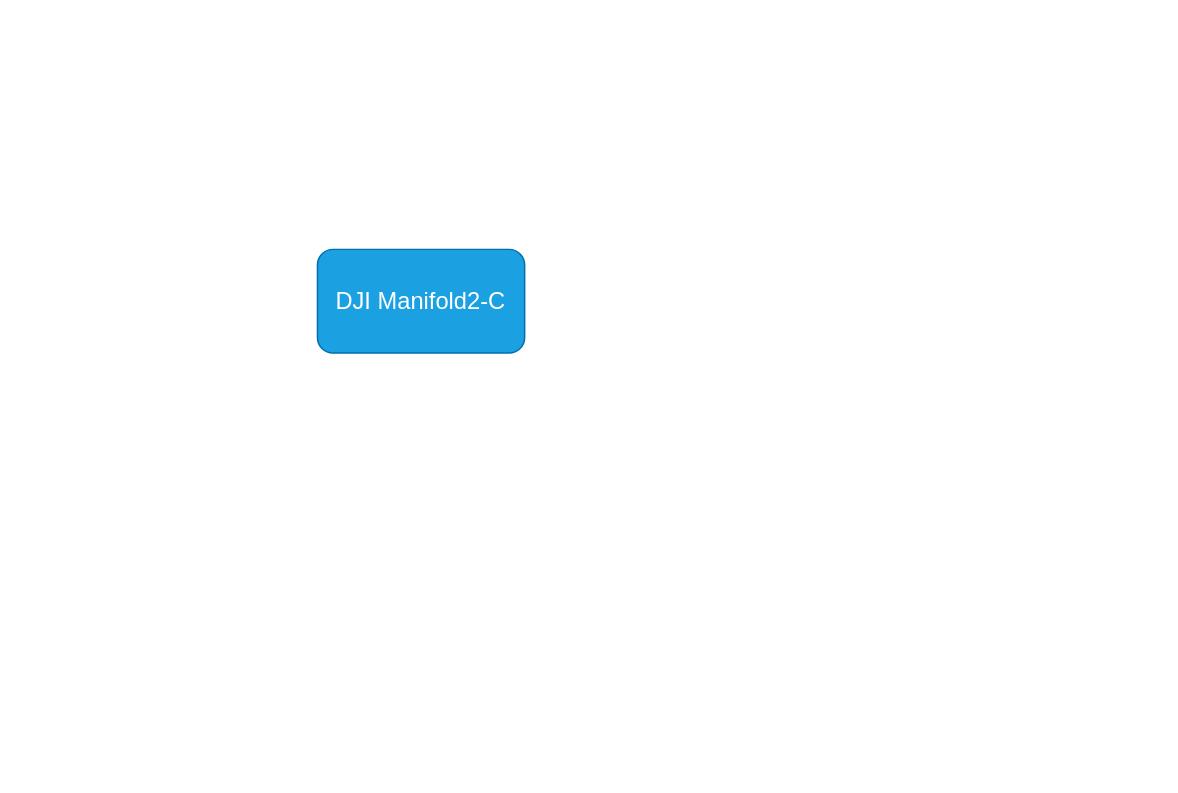
Before: Untitled Diagram.drawio in Dem-phi/Everlasting-HA.github.io, a draw.io diagram. Source tidied: cells renumbered, new cells numbered last; positions are measured from the earlier drawing's top-left corner, leaving out a move shared by most shapes. Both pictures are drawn from the tidied source at 148%, with x=0, y=0 at pixel (317, 249).
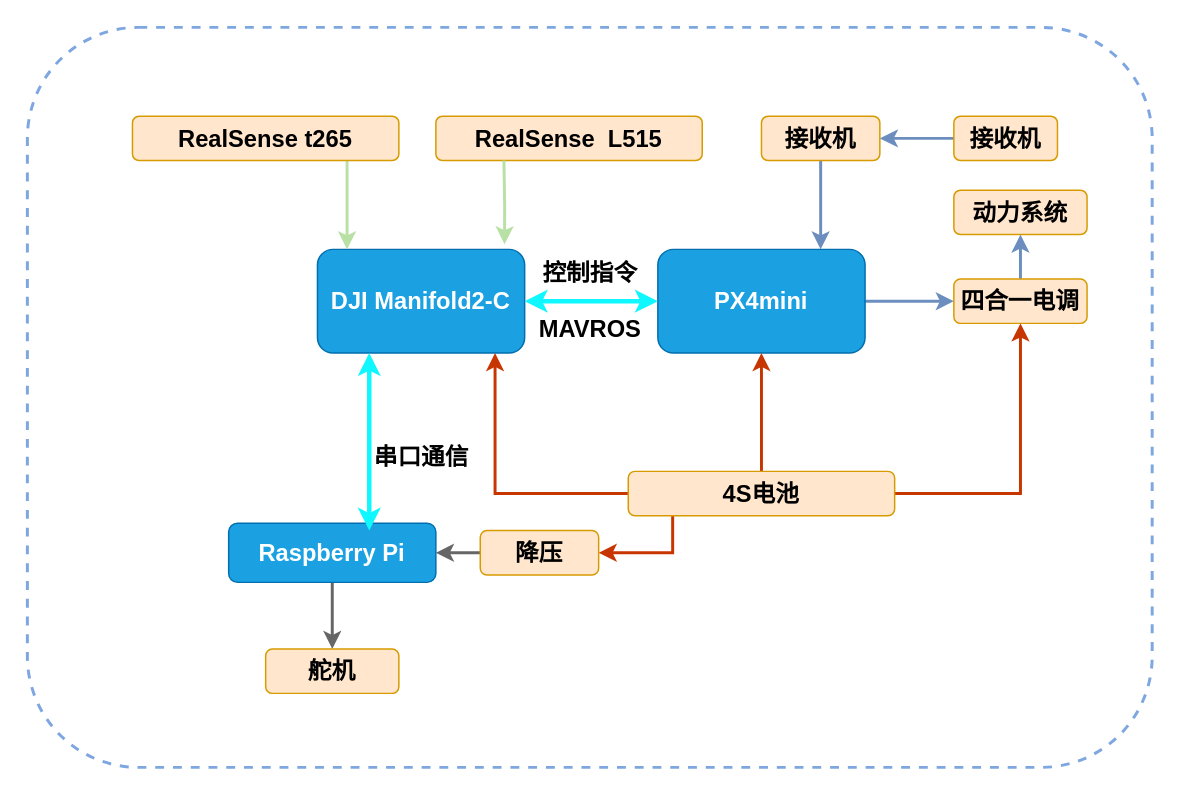
The same page after the edit.

Change to the diagram source:
```diff
@@
+    <mxCell id="3" style="rounded=1;whiteSpace=wrap;html=1;fontSize=16;fontColor=#FFFFFF;fillColor=none;gradientColor=#ffffff;dashed=1;strokeWidth=2;strokeColor=#7EA6E0;" parent="1" vertex="1">
+      <mxGeometry x="-196" y="-150" width="760" height="500" as="geometry" />
+    </mxCell>
-    <mxCell id="2" value="DJI Manifold2-C" style="rounded=1;whiteSpace=wrap;html=1;fillColor=#1ba1e2;strokeColor=#006EAF;horizontal=1;fontSize=16;fontColor=#ffffff;" parent="1" vertex="1">
+    <mxCell id="2" value="DJI Manifold2-C" style="rounded=1;whiteSpace=wrap;html=1;fillColor=#1ba1e2;strokeColor=#006EAF;horizontal=1;fontSize=16;fontColor=#ffffff;fontStyle=1;" parent="1" vertex="1">
       <mxGeometry width="140" height="70" as="geometry" />
     </mxCell>
+    <mxCell id="4" style="edgeStyle=orthogonalEdgeStyle;rounded=0;jettySize=auto;html=1;fontSize=16;fontColor=#FFFFFF;strokeColor=#B9E0A5;strokeWidth=2;" parent="1" edge="1" source="5">
+      <mxGeometry relative="1" as="geometry">
+        <mxPoint x="20" as="targetPoint" />
+        <Array as="points">
+          <mxPoint x="20" />
+        </Array>
+      </mxGeometry>
+    </mxCell>
+    <mxCell id="5" value="&lt;font color=&quot;#000000&quot;&gt;RealSense t265&lt;/font&gt;" style="rounded=1;whiteSpace=wrap;html=1;fontSize=16;fillColor=#ffe6cc;strokeColor=#d79b00;fontStyle=1;" parent="1" vertex="1">
+      <mxGeometry x="-125" y="-90" width="180" height="30" as="geometry" />
+    </mxCell>
+    <mxCell id="6" style="edgeStyle=orthogonalEdgeStyle;rounded=0;jettySize=auto;html=1;strokeWidth=2;fillColor=#dae8fc;strokeColor=#6c8ebf;" parent="1" edge="1" source="7" target="9">
+      <mxGeometry relative="1" as="geometry">
+        <Array as="points">
+          <mxPoint x="340" y="-10" />
+          <mxPoint x="340" y="-10" />
+        </Array>
+      </mxGeometry>
+    </mxCell>
+    <mxCell id="7" value="&lt;font color=&quot;#000000&quot;&gt;接收机&lt;/font&gt;" style="rounded=1;whiteSpace=wrap;html=1;fontSize=16;fillColor=#ffe6cc;strokeColor=#d79b00;fontStyle=1;" parent="1" vertex="1">
+      <mxGeometry x="300" y="-90" width="80" height="30" as="geometry" />
+    </mxCell>
+    <mxCell id="8" style="edgeStyle=orthogonalEdgeStyle;rounded=0;jettySize=auto;html=1;strokeWidth=2;entryX=0;entryY=0.5;entryDx=0;entryDy=0;fillColor=#dae8fc;strokeColor=#6c8ebf;" parent="1" edge="1" source="9" target="15">
+      <mxGeometry relative="1" as="geometry" />
+    </mxCell>
+    <mxCell id="9" value="PX4mini" style="rounded=1;whiteSpace=wrap;html=1;fillColor=#1ba1e2;strokeColor=#006EAF;horizontal=1;fontSize=16;fontColor=#ffffff;fontStyle=1;" parent="1" vertex="1">
+      <mxGeometry x="230" width="140" height="70" as="geometry" />
+    </mxCell>
+    <mxCell id="10" style="endArrow=classic;startArrow=classic;html=1;rounded=0;fontSize=16;fontColor=#000000;strokeColor=#0FF7FF;entryX=0;entryY=0.5;entryDx=0;entryDy=0;exitX=1;exitY=0.5;exitDx=0;exitDy=0;spacing=4;strokeWidth=3;" parent="1" edge="1" source="2" target="9">
+      <mxGeometry relative="1" as="geometry" />
+    </mxCell>
+    <mxCell id="11" value="控制指令&lt;br&gt;&lt;br&gt;MAVROS" style="text;html=1;align=center;verticalAlign=middle;fillColor=none;strokeColor=none;rounded=0;dashed=1;fontSize=16;fontColor=#000000;fontStyle=1;" parent="1" vertex="1">
+      <mxGeometry x="144" y="5" width="80" height="60" as="geometry" />
+    </mxCell>
+    <mxCell id="12" style="edgeStyle=orthogonalEdgeStyle;rounded=0;jettySize=auto;html=1;fillColor=#dae8fc;strokeColor=#6c8ebf;strokeWidth=2;" parent="1" edge="1" source="13" target="7">
+      <mxGeometry relative="1" as="geometry" />
+    </mxCell>
+    <mxCell id="13" value="&lt;font color=&quot;#000000&quot;&gt;接收机&lt;/font&gt;" style="rounded=1;whiteSpace=wrap;html=1;fontSize=16;fillColor=#ffe6cc;strokeColor=#d79b00;fontStyle=1;" parent="1" vertex="1">
+      <mxGeometry x="430" y="-90" width="70" height="30" as="geometry" />
+    </mxCell>
+    <mxCell id="14" style="edgeStyle=orthogonalEdgeStyle;rounded=0;jettySize=auto;html=1;strokeWidth=2;fillColor=#dae8fc;strokeColor=#6c8ebf;" parent="1" edge="1" source="15" target="16">
+      <mxGeometry relative="1" as="geometry" />
+    </mxCell>
+    <mxCell id="15" value="&lt;font color=&quot;#000000&quot;&gt;四合一电调&lt;/font&gt;" style="rounded=1;whiteSpace=wrap;html=1;fontSize=16;fillColor=#ffe6cc;strokeColor=#d79b00;fontStyle=1;" parent="1" vertex="1">
+      <mxGeometry x="430" y="20" width="90" height="30" as="geometry" />
+    </mxCell>
+    <mxCell id="16" value="&lt;font color=&quot;#000000&quot;&gt;动力系统&lt;br&gt;&lt;/font&gt;" style="rounded=1;whiteSpace=wrap;html=1;fontSize=16;fillColor=#ffe6cc;strokeColor=#d79b00;fontStyle=1;" parent="1" vertex="1">
+      <mxGeometry x="430" y="-40" width="90" height="30" as="geometry" />
+    </mxCell>
+    <mxCell id="17" style="edgeStyle=orthogonalEdgeStyle;rounded=0;jettySize=auto;html=1;strokeWidth=2;entryX=0.5;entryY=1;entryDx=0;entryDy=0;fillColor=#fa6800;strokeColor=#C73500;" parent="1" edge="1" source="21" target="9">
+      <mxGeometry relative="1" as="geometry" />
+    </mxCell>
+    <mxCell id="18" style="edgeStyle=orthogonalEdgeStyle;rounded=0;jettySize=auto;html=1;strokeWidth=2;entryX=0.5;entryY=1;entryDx=0;entryDy=0;fillColor=#fa6800;strokeColor=#C73500;" parent="1" edge="1" source="21" target="15">
+      <mxGeometry relative="1" as="geometry" />
+    </mxCell>
+    <mxCell id="19" style="edgeStyle=orthogonalEdgeStyle;rounded=0;jettySize=auto;html=1;strokeWidth=2;fillColor=#fa6800;strokeColor=#C73500;" parent="1" edge="1" source="21" target="2">
+      <mxGeometry relative="1" as="geometry">
+        <Array as="points">
+          <mxPoint x="120" y="165" />
+        </Array>
+      </mxGeometry>
+    </mxCell>
+    <mxCell id="20" style="edgeStyle=orthogonalEdgeStyle;rounded=0;jettySize=auto;html=1;entryX=1;entryY=0.5;entryDx=0;entryDy=0;strokeWidth=2;fillColor=#fa6800;strokeColor=#C73500;" parent="1" edge="1" source="21" target="24">
+      <mxGeometry relative="1" as="geometry">
+        <Array as="points">
+          <mxPoint x="240" y="205" />
+        </Array>
+      </mxGeometry>
+    </mxCell>
+    <mxCell id="21" value="4S电池" style="rounded=1;whiteSpace=wrap;html=1;fontSize=16;fillColor=#ffe6cc;strokeColor=#d79b00;fontStyle=1;" parent="1" vertex="1">
+      <mxGeometry x="210" y="150" width="180" height="30" as="geometry" />
+    </mxCell>
+    <mxCell id="22" value="&lt;font color=&quot;#000000&quot;&gt;RealSense&amp;nbsp; L515&lt;/font&gt;" style="rounded=1;whiteSpace=wrap;html=1;fontSize=16;fillColor=#ffe6cc;strokeColor=#d79b00;fontStyle=1;" parent="1" vertex="1">
+      <mxGeometry x="80" y="-90" width="180" height="30" as="geometry" />
+    </mxCell>
+    <mxCell id="23" style="edgeStyle=orthogonalEdgeStyle;rounded=0;jettySize=auto;html=1;strokeWidth=2;fillColor=#f5f5f5;strokeColor=#666666;" parent="1" edge="1" source="24" target="26">
+      <mxGeometry relative="1" as="geometry" />
+    </mxCell>
+    <mxCell id="24" value="降压" style="rounded=1;whiteSpace=wrap;html=1;fontSize=16;fillColor=#ffe6cc;strokeColor=#d79b00;fontStyle=1;" parent="1" vertex="1">
+      <mxGeometry x="110" y="190" width="80" height="30" as="geometry" />
+    </mxCell>
+    <mxCell id="25" style="edgeStyle=orthogonalEdgeStyle;rounded=0;jettySize=auto;html=1;strokeWidth=2;fillColor=#f5f5f5;strokeColor=#666666;" parent="1" edge="1" source="26" target="27">
+      <mxGeometry relative="1" as="geometry" />
+    </mxCell>
+    <mxCell id="26" value="Raspberry Pi" style="rounded=1;whiteSpace=wrap;html=1;fillColor=#1ba1e2;strokeColor=#006EAF;horizontal=1;fontSize=16;fontColor=#ffffff;fontStyle=1;" parent="1" vertex="1">
+      <mxGeometry x="-60" y="185" width="140" height="40" as="geometry" />
+    </mxCell>
+    <mxCell id="27" value="舵机" style="rounded=1;whiteSpace=wrap;html=1;fontSize=16;fillColor=#ffe6cc;strokeColor=#d79b00;fontStyle=1;" parent="1" vertex="1">
+      <mxGeometry x="-35" y="270" width="90" height="30" as="geometry" />
+    </mxCell>
+    <mxCell id="28" style="endArrow=classic;startArrow=classic;html=1;rounded=0;fontSize=16;fontColor=#000000;strokeColor=#0FF7FF;exitX=0.25;exitY=1;exitDx=0;exitDy=0;spacing=4;strokeWidth=3;" parent="1" edge="1" source="2">
+      <mxGeometry relative="1" as="geometry">
+        <mxPoint x="35" y="190" as="targetPoint" />
+      </mxGeometry>
+    </mxCell>
+    <mxCell id="29" value="串口通信" style="text;html=1;align=center;verticalAlign=middle;fillColor=none;strokeColor=none;rounded=0;dashed=1;fontSize=16;fontColor=#000000;fontStyle=1;horizontal=1;" parent="1" vertex="1">
+      <mxGeometry x="30" y="130" width="80" height="20" as="geometry" />
+    </mxCell>
+    <mxCell id="30" style="edgeStyle=orthogonalEdgeStyle;rounded=0;jettySize=auto;html=1;fontSize=16;fontColor=#FFFFFF;strokeColor=#B9E0A5;strokeWidth=2;entryX=0.903;entryY=-0.049;entryDx=0;entryDy=0;entryPerimeter=0;" parent="1" edge="1" target="2">
+      <mxGeometry relative="1" as="geometry">
+        <mxPoint x="126" y="-60" as="sourcePoint" />
+      </mxGeometry>
+    </mxCell>
```
